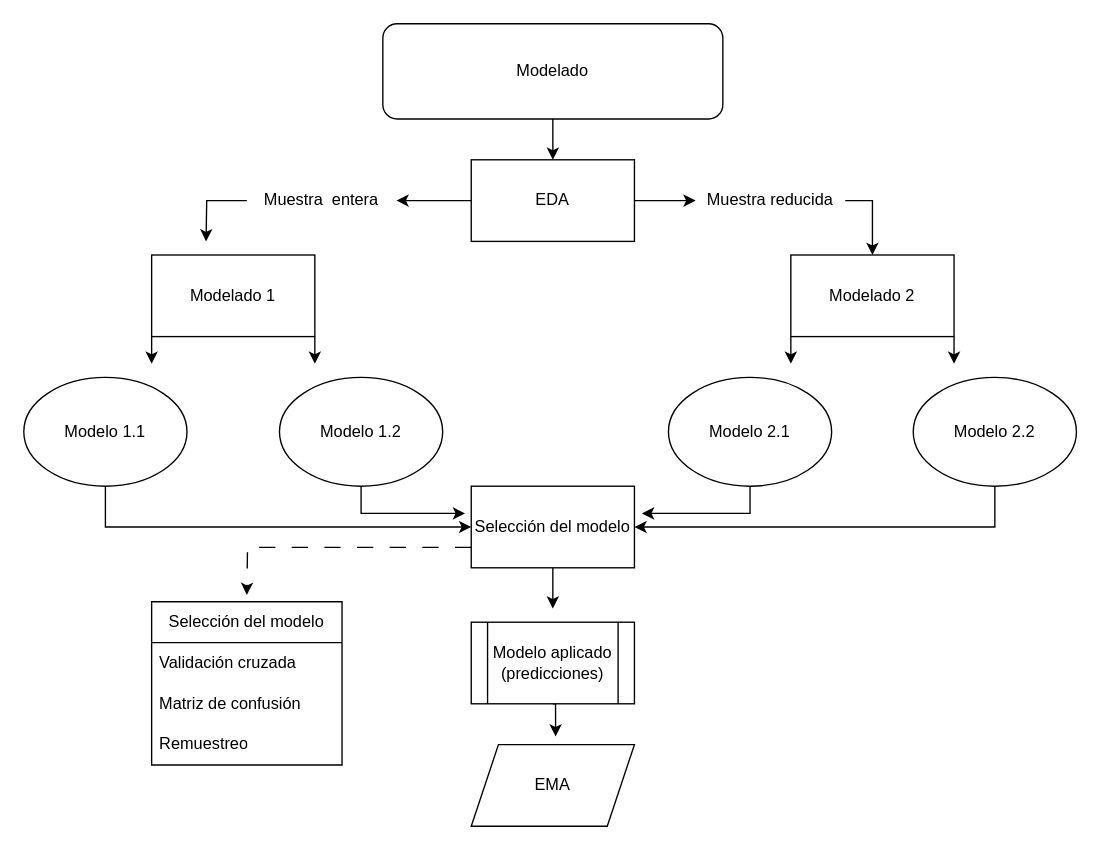
Earlier version of the draw.io diagram brief/Diagrama sin título.drawio (alexisrangelcalvo/FP-LM-MAEA-UJED-1S). Source tidied: cells renumbered, new cells numbered last; positions are measured from the earlier drawing's top-left corner, leaving out a move shared by most shapes. Both pictures are drawn from the tidied source at 136%, with x=0, y=0 at pixel (23, 23).
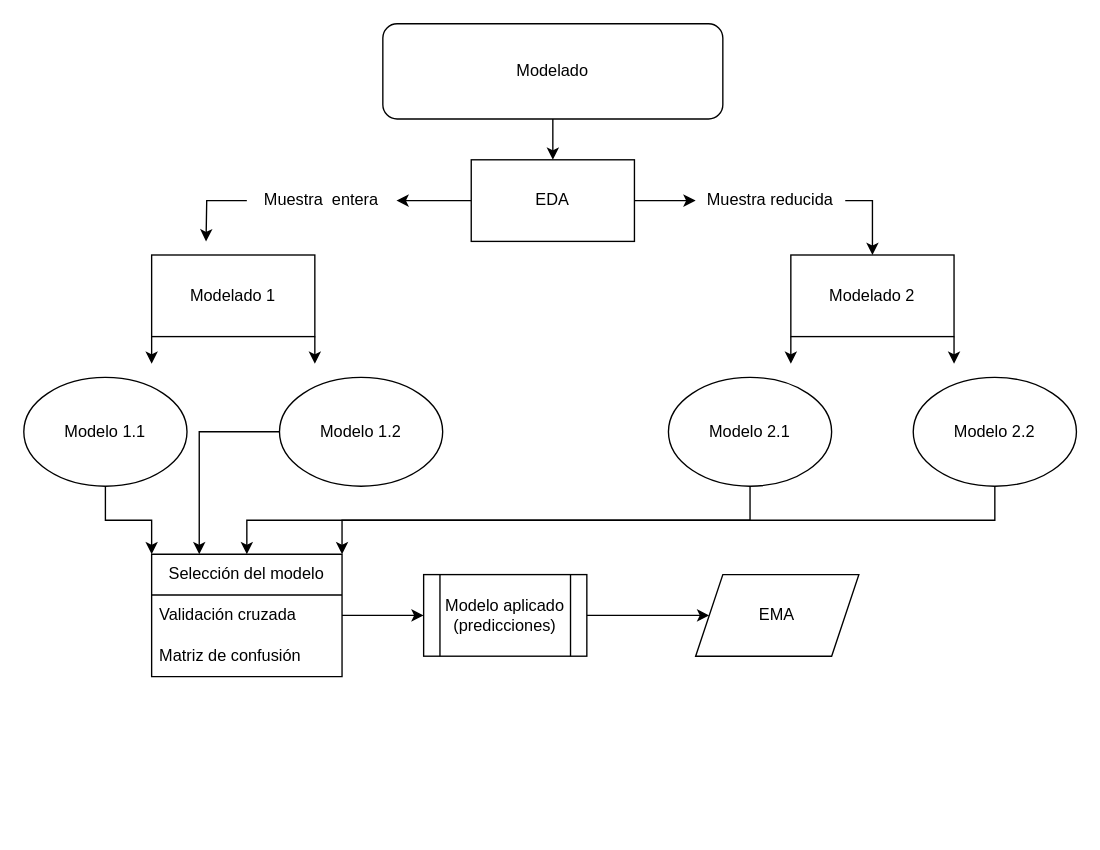
Above is the later version.

The change refers to these unchanged cells:
```xml
<mxCell id="14" value="Modelo 1.1" style="ellipse;whiteSpace=wrap;html=1;" parent="1" vertex="1">
  <mxGeometry y="260" width="120" height="80" as="geometry" />
</mxCell>
<mxCell id="16" value="Modelo 1.2" style="ellipse;whiteSpace=wrap;html=1;" parent="1" vertex="1">
  <mxGeometry x="188" y="260" width="120" height="80" as="geometry" />
</mxCell>
<mxCell id="18" value="Modelo 2.1" style="ellipse;whiteSpace=wrap;html=1;" parent="1" vertex="1">
  <mxGeometry x="474" y="260" width="120" height="80" as="geometry" />
</mxCell>
<mxCell id="20" value="Modelo 2.2" style="ellipse;whiteSpace=wrap;html=1;" parent="1" vertex="1">
  <mxGeometry x="654" y="260" width="120" height="80" as="geometry" />
</mxCell>
<mxCell id="32" value="Validación cruzada" style="text;strokeColor=none;fillColor=none;align=left;verticalAlign=middle;spacingLeft=4;spacingRight=4;overflow=hidden;points=[[0,0.5],[1,0.5]];portConstraint=eastwest;whiteSpace=wrap;html=1;" parent="31" vertex="1">
  <mxGeometry y="30" width="140" height="30" as="geometry" />
</mxCell>
```

The edit, as a diff of the source:
```diff
@@
-    <mxCell id="13" style="edgeStyle=orthogonalEdgeStyle;rounded=0;jettySize=auto;html=1;exitX=0.5;exitY=1;exitDx=0;exitDy=0;entryX=0;entryY=0.5;entryDx=0;entryDy=0;" parent="1" edge="1" source="14" target="27">
-      <mxGeometry relative="1" as="geometry" />
-    </mxCell>
+    <mxCell id="35" style="edgeStyle=orthogonalEdgeStyle;rounded=0;jettySize=auto;html=1;entryX=0;entryY=0;entryDx=0;entryDy=0;" parent="1" edge="1" source="14" target="31">
+      <mxGeometry relative="1" as="geometry" />
+    </mxCell>
@@
-    <mxCell id="15" style="edgeStyle=orthogonalEdgeStyle;rounded=0;jettySize=auto;html=1;exitX=0.5;exitY=1;exitDx=0;exitDy=0;" parent="1" edge="1" source="16">
-      <mxGeometry relative="1" as="geometry">
-        <mxPoint x="324" y="360" as="targetPoint" />
-      </mxGeometry>
-    </mxCell>
+    <mxCell id="36" style="edgeStyle=orthogonalEdgeStyle;rounded=0;jettySize=auto;html=1;exitX=0;exitY=0.5;exitDx=0;exitDy=0;entryX=0.25;entryY=0;entryDx=0;entryDy=0;" parent="1" edge="1" source="16" target="31">
+      <mxGeometry relative="1" as="geometry" />
+    </mxCell>
@@
-    <mxCell id="17" style="edgeStyle=orthogonalEdgeStyle;rounded=0;jettySize=auto;html=1;exitX=0.5;exitY=1;exitDx=0;exitDy=0;" parent="1" edge="1" source="18">
-      <mxGeometry relative="1" as="geometry">
-        <mxPoint x="454" y="360" as="targetPoint" />
-      </mxGeometry>
-    </mxCell>
+    <mxCell id="37" style="edgeStyle=orthogonalEdgeStyle;rounded=0;jettySize=auto;html=1;exitX=0.5;exitY=1;exitDx=0;exitDy=0;entryX=0.5;entryY=0;entryDx=0;entryDy=0;" parent="1" edge="1" source="18" target="31">
+      <mxGeometry relative="1" as="geometry" />
+    </mxCell>
@@
-    <mxCell id="19" style="edgeStyle=orthogonalEdgeStyle;rounded=0;jettySize=auto;html=1;exitX=0.5;exitY=1;exitDx=0;exitDy=0;entryX=1;entryY=0.5;entryDx=0;entryDy=0;" parent="1" edge="1" source="20" target="27">
-      <mxGeometry relative="1" as="geometry" />
-    </mxCell>
+    <mxCell id="38" style="edgeStyle=orthogonalEdgeStyle;rounded=0;jettySize=auto;html=1;exitX=0.5;exitY=1;exitDx=0;exitDy=0;entryX=1;entryY=0;entryDx=0;entryDy=0;" parent="1" edge="1" source="20" target="31">
+      <mxGeometry relative="1" as="geometry" />
+    </mxCell>
@@
-    <mxCell id="25" style="edgeStyle=orthogonalEdgeStyle;rounded=0;jettySize=auto;html=1;exitX=0;exitY=0.75;exitDx=0;exitDy=0;dashed=1;dashPattern=12 12;" parent="1" edge="1" source="27">
-      <mxGeometry relative="1" as="geometry">
-        <mxPoint x="164" y="420" as="targetPoint" />
-      </mxGeometry>
-    </mxCell>
-    <mxCell id="26" style="edgeStyle=orthogonalEdgeStyle;rounded=0;jettySize=auto;html=1;exitX=0.5;exitY=1;exitDx=0;exitDy=0;" parent="1" edge="1" source="27">
-      <mxGeometry relative="1" as="geometry">
-        <mxPoint x="389" y="430" as="targetPoint" />
-      </mxGeometry>
-    </mxCell>
-    <mxCell id="27" value="Selección del modelo" style="rounded=0;whiteSpace=wrap;html=1;" parent="1" vertex="1">
-      <mxGeometry x="329" y="340" width="120" height="60" as="geometry" />
-    </mxCell>
-    <mxCell id="28" style="edgeStyle=orthogonalEdgeStyle;rounded=0;jettySize=auto;html=1;exitX=0.5;exitY=1;exitDx=0;exitDy=0;entryX=0.517;entryY=-0.1;entryDx=0;entryDy=0;entryPerimeter=0;" parent="1" edge="1" source="29" target="30">
+    <mxCell id="28" style="edgeStyle=orthogonalEdgeStyle;rounded=0;jettySize=auto;html=1;exitX=1;exitY=0.5;exitDx=0;exitDy=0;" parent="1" edge="1" source="29" target="30">
       <mxGeometry relative="1" as="geometry" />
     </mxCell>
     <mxCell id="29" value="Modelo aplicado (predicciones)" style="shape=process;whiteSpace=wrap;html=1;backgroundOutline=1;" parent="1" vertex="1">
-      <mxGeometry x="329" y="440" width="120" height="60" as="geometry" />
+      <mxGeometry x="294" y="405" width="120" height="60" as="geometry" />
     </mxCell>
     <mxCell id="30" value="EMA" style="shape=parallelogram;perimeter=parallelogramPerimeter;whiteSpace=wrap;html=1;fixedSize=1;" parent="1" vertex="1">
-      <mxGeometry x="329" y="530" width="120" height="60" as="geometry" />
+      <mxGeometry x="494" y="405" width="120" height="60" as="geometry" />
     </mxCell>
     <mxCell id="31" value="Selección del modelo" style="swimlane;fontStyle=0;horizontal=1;startSize=30;whiteSpace=wrap;html=1;" parent="1" vertex="1">
-      <mxGeometry x="94" y="425" width="140" height="120" as="geometry" />
+      <mxGeometry x="94" y="390" width="140" height="90" as="geometry" />
     </mxCell>
@@
-    <mxCell id="34" value="Remuestreo" style="text;strokeColor=none;fillColor=none;align=left;verticalAlign=middle;spacingLeft=4;spacingRight=4;overflow=hidden;whiteSpace=wrap;html=1;" parent="31" vertex="1">
-      <mxGeometry y="90" width="140" height="30" as="geometry" />
-    </mxCell>
+    <mxCell id="39" style="edgeStyle=orthogonalEdgeStyle;rounded=0;jettySize=auto;html=1;exitX=1;exitY=0.5;exitDx=0;exitDy=0;entryX=0;entryY=0.5;entryDx=0;entryDy=0;" parent="1" edge="1" source="32" target="29">
+      <mxGeometry relative="1" as="geometry" />
+    </mxCell>
```
